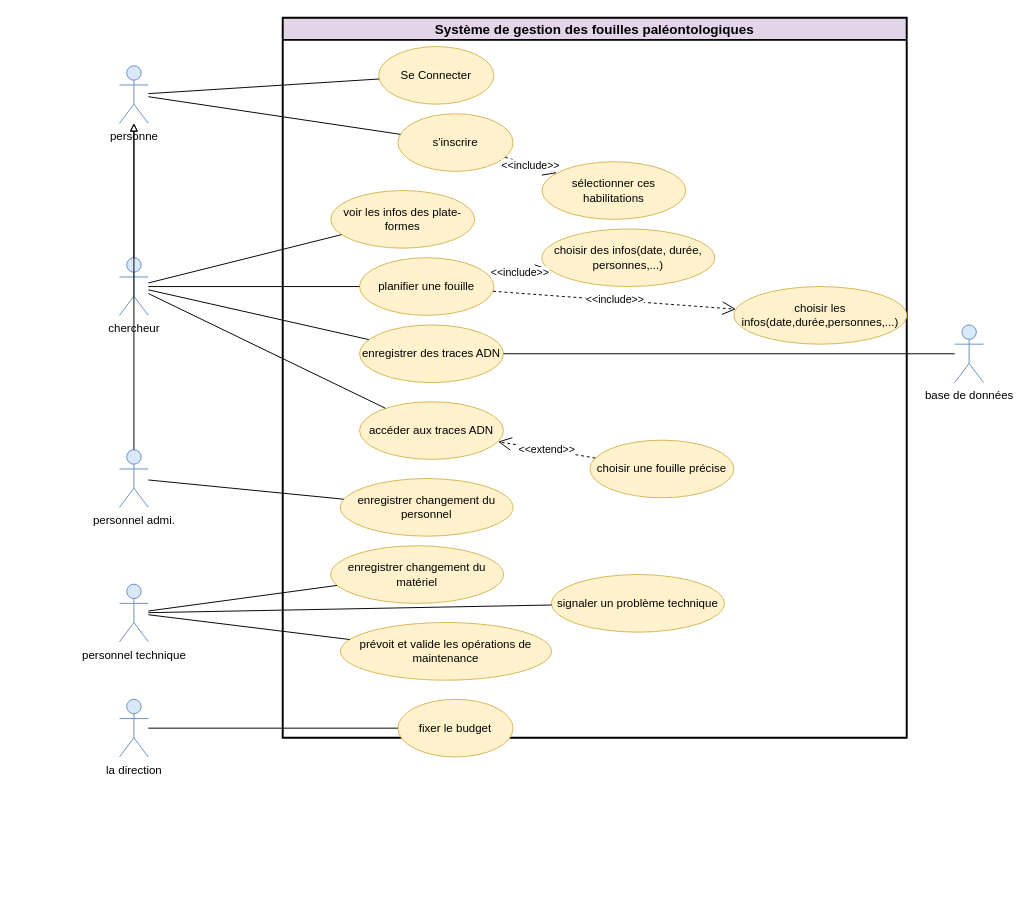
This is diagramme_cas_utilisation.drawio.xml from JorisVachey/SAE_ADN, a draw.io file, before an edit. Source tidied: cells renumbered, new cells numbered last; positions are measured from the earlier drawing's top-left corner, leaving out a move shared by most shapes. Both pictures are drawn from the tidied source at 96%, with x=0, y=0 at pixel (119, 17).
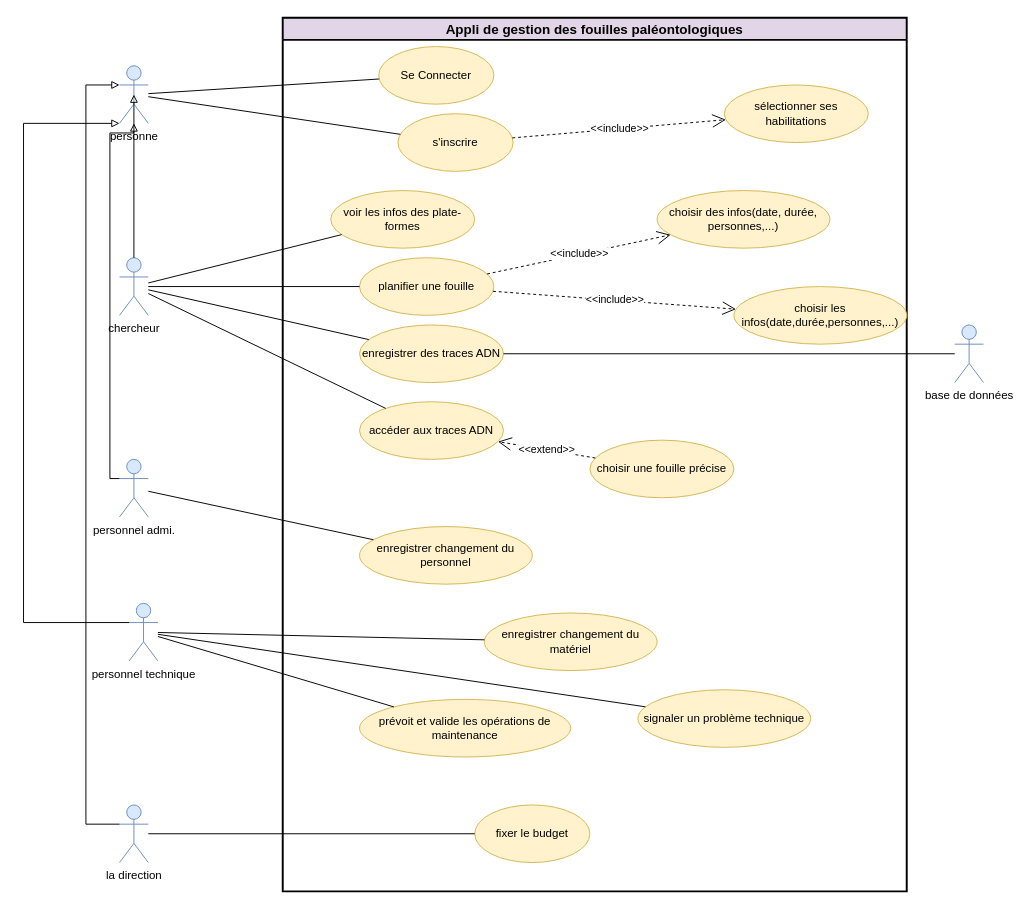
The same diagram, later.

The change refers to these unchanged cells:
```xml
<mxCell id="18" value="personne" style="shape=umlActor;verticalLabelPosition=bottom;verticalAlign=top;html=1;fillColor=#dae8fc;strokeColor=#6c8ebf;" parent="1" vertex="1">
  <mxGeometry y="50" width="30" height="60" as="geometry" />
</mxCell>
```

What changed in the source:
```diff
@@
-    <mxCell id="2" value="Système de gestion des fouilles paléontologiques" style="swimlane;whiteSpace=wrap;html=1;strokeWidth=2;strokeColor=#000000;fillColor=#E1D5E7;fontSize=14;fontStyle=1;" parent="1" vertex="1">
-      <mxGeometry x="170" width="650" height="750" as="geometry" />
+    <mxCell id="2" value="Appli de gestion des fouilles paléontologiques" style="swimlane;whiteSpace=wrap;html=1;strokeWidth=2;strokeColor=#000000;fillColor=#E1D5E7;fontSize=14;fontStyle=1;" parent="1" vertex="1">
+      <mxGeometry x="170" width="650" height="910" as="geometry" />
     </mxCell>
@@
-    <mxCell id="5" value="sélectionner ces habilitations" style="ellipse;whiteSpace=wrap;html=1;fillColor=#fff2cc;strokeColor=#d6b656;" parent="2" vertex="1">
-      <mxGeometry x="270" y="150" width="150" height="60" as="geometry" />
+    <mxCell id="5" value="sélectionner ses habilitations" style="ellipse;whiteSpace=wrap;html=1;fillColor=#fff2cc;strokeColor=#d6b656;" parent="2" vertex="1">
+      <mxGeometry x="460" y="70" width="150" height="60" as="geometry" />
     </mxCell>
@@
     <mxCell id="7" value="choisir des infos(date, durée, personnes,...)" style="ellipse;whiteSpace=wrap;html=1;fillColor=#fff2cc;strokeColor=#d6b656;" parent="2" vertex="1">
-      <mxGeometry x="270" y="220" width="180" height="60" as="geometry" />
+      <mxGeometry x="390" y="180" width="180" height="60" as="geometry" />
     </mxCell>
@@
     <mxCell id="13" value="enregistrer changement du personnel" style="ellipse;whiteSpace=wrap;html=1;fillColor=#fff2cc;strokeColor=#d6b656;" parent="2" vertex="1">
-      <mxGeometry x="60" y="480" width="180" height="60" as="geometry" />
+      <mxGeometry x="80" y="530" width="180" height="60" as="geometry" />
     </mxCell>
     <mxCell id="14" value="enregistrer changement du matériel" style="ellipse;whiteSpace=wrap;html=1;fillColor=#fff2cc;strokeColor=#d6b656;" parent="2" vertex="1">
-      <mxGeometry x="50" y="550" width="180" height="60" as="geometry" />
+      <mxGeometry x="210" y="620" width="180" height="60" as="geometry" />
     </mxCell>
     <mxCell id="15" value="signaler un problème technique" style="ellipse;whiteSpace=wrap;html=1;fillColor=#fff2cc;strokeColor=#d6b656;" parent="2" vertex="1">
-      <mxGeometry x="280" y="580" width="180" height="60" as="geometry" />
+      <mxGeometry x="370" y="700" width="180" height="60" as="geometry" />
     </mxCell>
     <mxCell id="16" value="prévoit et valide les opérations de maintenance" style="ellipse;whiteSpace=wrap;html=1;fillColor=#fff2cc;strokeColor=#d6b656;" parent="2" vertex="1">
-      <mxGeometry x="60" y="630" width="220" height="60" as="geometry" />
+      <mxGeometry x="80" y="710" width="220" height="60" as="geometry" />
     </mxCell>
     <mxCell id="17" value="fixer le budget" style="ellipse;whiteSpace=wrap;html=1;fillColor=#fff2cc;strokeColor=#d6b656;" parent="2" vertex="1">
-      <mxGeometry x="120" y="710" width="120" height="60" as="geometry" />
+      <mxGeometry x="200" y="820" width="120" height="60" as="geometry" />
     </mxCell>
@@
     <mxCell id="20" value="personnel admi." style="shape=umlActor;verticalLabelPosition=bottom;verticalAlign=top;html=1;fillColor=#dae8fc;strokeColor=#6c8ebf;" parent="1" vertex="1">
-      <mxGeometry y="450" width="30" height="60" as="geometry" />
+      <mxGeometry y="460" width="30" height="60" as="geometry" />
     </mxCell>
     <mxCell id="21" value="personnel technique" style="shape=umlActor;verticalLabelPosition=bottom;verticalAlign=top;html=1;fillColor=#dae8fc;strokeColor=#6c8ebf;" parent="1" vertex="1">
-      <mxGeometry y="590" width="30" height="60" as="geometry" />
+      <mxGeometry x="10" y="610" width="30" height="60" as="geometry" />
     </mxCell>
     <mxCell id="22" value="la direction" style="shape=umlActor;verticalLabelPosition=bottom;verticalAlign=top;html=1;fillColor=#dae8fc;strokeColor=#6c8ebf;" parent="1" vertex="1">
-      <mxGeometry y="710" width="30" height="60" as="geometry" />
+      <mxGeometry y="820" width="30" height="60" as="geometry" />
     </mxCell>
@@
-    <mxCell id="41" style="endArrow=block;endFill=0;html=1;edgeStyle=orthogonalEdgeStyle;align=left;verticalAlign=top;rounded=0;" parent="1" edge="1" source="20" target="18">
-      <mxGeometry x="-1" relative="1" as="geometry" />
+    <mxCell id="41" style="endArrow=block;endFill=0;html=1;edgeStyle=orthogonalEdgeStyle;align=left;verticalAlign=top;rounded=0;exitX=0;exitY=0.3333333333333333;exitDx=0;exitDy=0;exitPerimeter=0;entryX=0.5;entryY=0.5;entryDx=0;entryDy=0;entryPerimeter=0;" parent="1" edge="1" source="20" target="18">
+      <mxGeometry x="-1" relative="1" as="geometry">
+        <Array as="points">
+          <mxPoint x="-10" y="480" />
+          <mxPoint x="-10" y="120" />
+          <mxPoint x="15" y="120" />
+        </Array>
+      </mxGeometry>
     </mxCell>
+    <mxCell id="42" style="endArrow=block;endFill=0;html=1;edgeStyle=orthogonalEdgeStyle;align=left;verticalAlign=top;rounded=0;exitX=0;exitY=0.3333333333333333;exitDx=0;exitDy=0;exitPerimeter=0;entryX=0;entryY=1;entryDx=0;entryDy=0;entryPerimeter=0;" parent="1" edge="1" source="21" target="18">
+      <mxGeometry x="-1" relative="1" as="geometry">
+        <Array as="points">
+          <mxPoint x="-100" y="630" />
+          <mxPoint x="-100" y="110" />
+        </Array>
+      </mxGeometry>
+    </mxCell>
+    <mxCell id="43" style="endArrow=block;endFill=0;html=1;edgeStyle=orthogonalEdgeStyle;align=left;verticalAlign=top;rounded=0;exitX=0;exitY=0.3333333333333333;exitDx=0;exitDy=0;exitPerimeter=0;entryX=0;entryY=0.3333333333333333;entryDx=0;entryDy=0;entryPerimeter=0;" parent="1" edge="1" source="22" target="18">
+      <mxGeometry x="-1" relative="1" as="geometry">
+        <Array as="points">
+          <mxPoint x="-35" y="840" />
+          <mxPoint x="-35" y="70" />
+        </Array>
+      </mxGeometry>
+    </mxCell>
```
